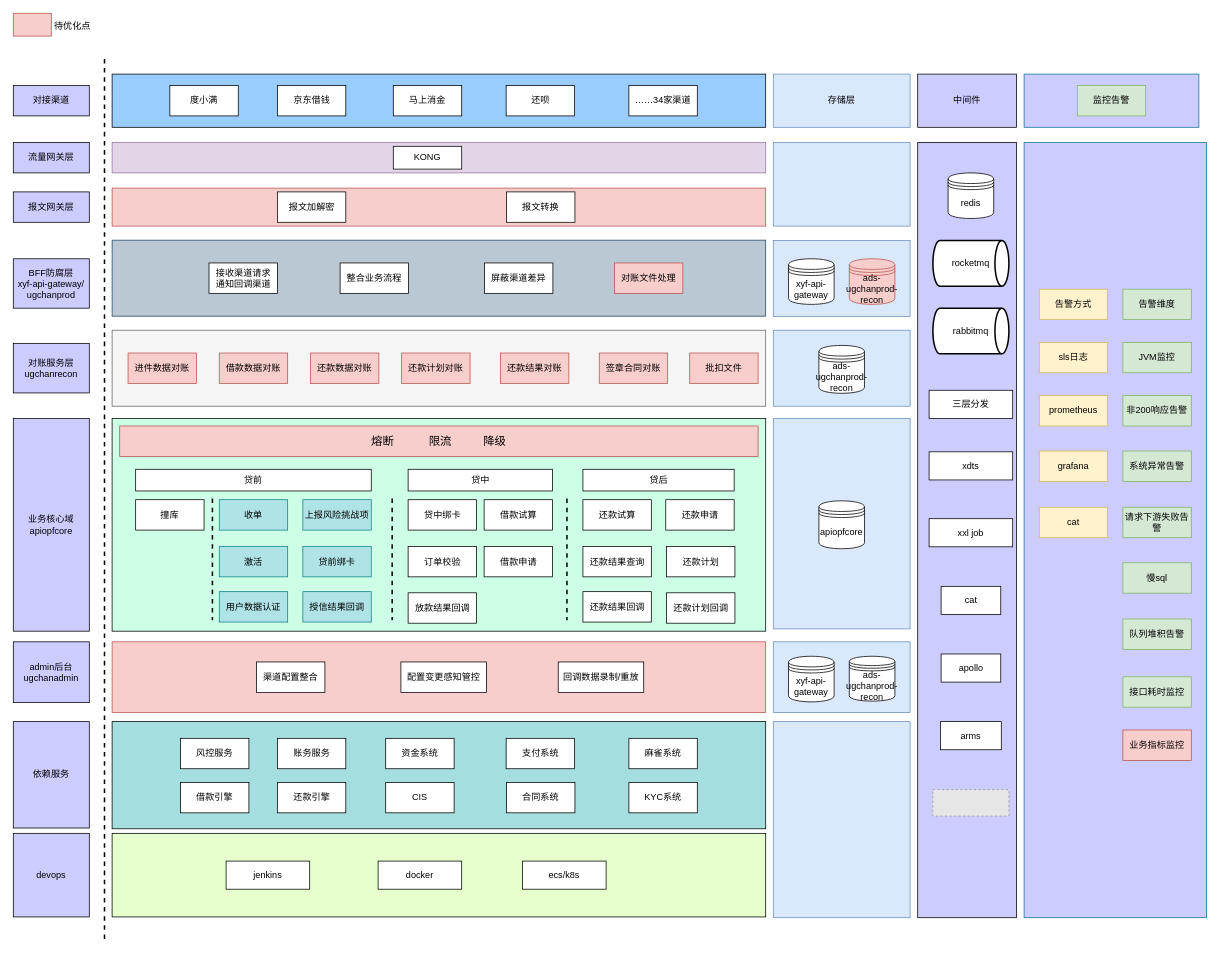
Earlier version of the draw.io diagram api渠道应用架构.drawio (yuanlj-tea/picgo). Source tidied: cells renumbered, new cells numbered last; positions are measured from the earlier drawing's top-left corner, leaving out a move shared by most shapes. Both pictures are drawn from the tidied source at 76%, with x=0, y=0 at pixel (13, 13). Pictures stored in the file or linked from it are replaced by grey dashed boxes.
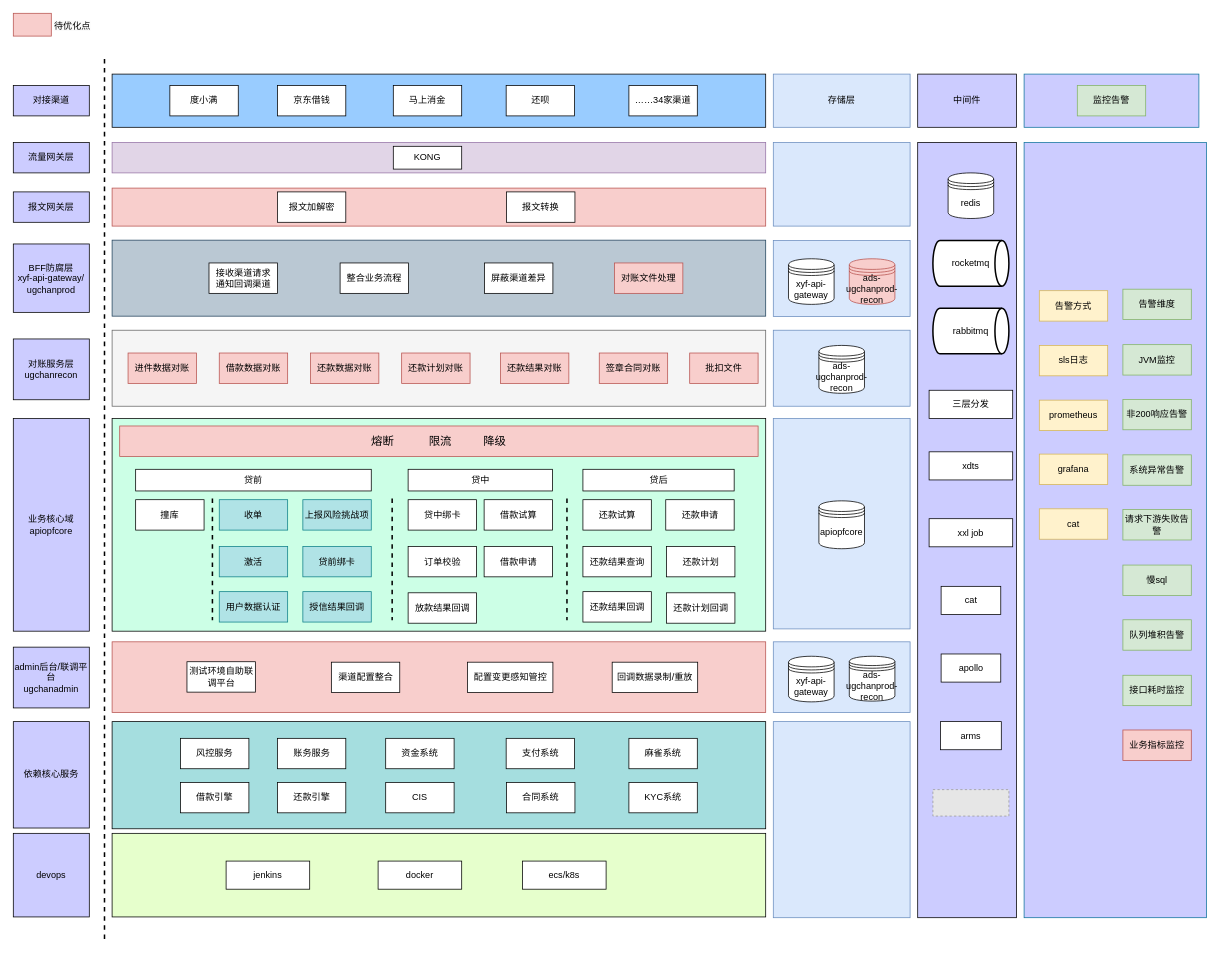
After the change.

Commit message (it also covers changes not shown here):
更新api渠道应用架构.drawio

Change to the diagram source:
```diff
@@
     <mxCell id="6" value="BFF防腐层 &lt;br&gt;xyf-api-gateway/&lt;div&gt;ugchanprod&lt;/div&gt;" style="rounded=0;whiteSpace=wrap;html=1;fillColor=#CCCCFF;" parent="1" vertex="1">
-      <mxGeometry y="323" width="100" height="65" as="geometry" />
+      <mxGeometry y="303.5" width="100" height="90" as="geometry" />
     </mxCell>
@@
     <mxCell id="17" value="sls日志" style="rounded=0;whiteSpace=wrap;html=1;fillColor=#fff2cc;strokeColor=#d6b656;" parent="1" vertex="1">
-      <mxGeometry x="1350" y="433" width="90" height="40" as="geometry" />
+      <mxGeometry x="1350" y="437" width="90" height="40" as="geometry" />
     </mxCell>
     <mxCell id="18" value="非200响应告警" style="rounded=0;whiteSpace=wrap;html=1;fillColor=#d5e8d4;strokeColor=#82b366;" parent="1" vertex="1">
-      <mxGeometry x="1460" y="503" width="90" height="40" as="geometry" />
+      <mxGeometry x="1460" y="508" width="90" height="40" as="geometry" />
     </mxCell>
     <mxCell id="19" value="请求下游失败告警" style="rounded=0;whiteSpace=wrap;html=1;fillColor=#d5e8d4;strokeColor=#82b366;" parent="1" vertex="1">
-      <mxGeometry x="1460" y="650" width="90" height="40" as="geometry" />
+      <mxGeometry x="1460" y="653" width="90" height="40" as="geometry" />
     </mxCell>
     <mxCell id="20" value="prometheus" style="rounded=0;whiteSpace=wrap;html=1;fillColor=#fff2cc;strokeColor=#d6b656;" parent="1" vertex="1">
-      <mxGeometry x="1350" y="503" width="90" height="40" as="geometry" />
+      <mxGeometry x="1350" y="509" width="90" height="40" as="geometry" />
     </mxCell>
     <mxCell id="21" value="grafana" style="rounded=0;whiteSpace=wrap;html=1;fillColor=#fff2cc;strokeColor=#d6b656;" parent="1" vertex="1">
-      <mxGeometry x="1350" y="576" width="90" height="40" as="geometry" />
+      <mxGeometry x="1350" y="580" width="90" height="40" as="geometry" />
     </mxCell>
     <mxCell id="22" value="cat" style="rounded=0;whiteSpace=wrap;html=1;fillColor=#fff2cc;strokeColor=#d6b656;" parent="1" vertex="1">
-      <mxGeometry x="1350" y="650" width="90" height="40" as="geometry" />
+      <mxGeometry x="1350" y="652" width="90" height="40" as="geometry" />
     </mxCell>
     <mxCell id="23" value="慢sql" style="rounded=0;whiteSpace=wrap;html=1;fillColor=#d5e8d4;strokeColor=#82b366;" parent="1" vertex="1">
-      <mxGeometry x="1460" y="723" width="90" height="40" as="geometry" />
+      <mxGeometry x="1460" y="726" width="90" height="40" as="geometry" />
     </mxCell>
     <mxCell id="24" value="队列堆积告警" style="rounded=0;whiteSpace=wrap;html=1;fillColor=#d5e8d4;strokeColor=#82b366;" parent="1" vertex="1">
-      <mxGeometry x="1460" y="797" width="90" height="40" as="geometry" />
+      <mxGeometry x="1460" y="798" width="90" height="40" as="geometry" />
     </mxCell>
@@
-    <mxCell id="27" value="依赖服务" style="rounded=0;whiteSpace=wrap;html=1;fillColor=#CCCCFF;" parent="1" vertex="1">
+    <mxCell id="27" value="依赖核心服务" style="rounded=0;whiteSpace=wrap;html=1;fillColor=#CCCCFF;" parent="1" vertex="1">
       <mxGeometry y="932" width="100" height="140" as="geometry" />
     </mxCell>
@@
     <mxCell id="34" value="接口耗时监控" style="rounded=0;whiteSpace=wrap;html=1;fillColor=#d5e8d4;strokeColor=#82b366;" parent="1" vertex="1">
-      <mxGeometry x="1460" y="873" width="90" height="40" as="geometry" />
+      <mxGeometry x="1460" y="871" width="90" height="40" as="geometry" />
     </mxCell>
     <mxCell id="35" value="系统异常告警" style="rounded=0;whiteSpace=wrap;html=1;fillColor=#d5e8d4;strokeColor=#82b366;" parent="1" vertex="1">
-      <mxGeometry x="1460" y="576" width="90" height="40" as="geometry" />
+      <mxGeometry x="1460" y="581" width="90" height="40" as="geometry" />
     </mxCell>
@@
     <mxCell id="45" value="JVM监控" style="rounded=0;whiteSpace=wrap;html=1;fillColor=#d5e8d4;strokeColor=#82b366;" parent="1" vertex="1">
-      <mxGeometry x="1460" y="433" width="90" height="40" as="geometry" />
+      <mxGeometry x="1460" y="436" width="90" height="40" as="geometry" />
     </mxCell>
@@
     <mxCell id="47" value="告警方式" style="rounded=0;whiteSpace=wrap;html=1;fillColor=#fff2cc;strokeColor=#d6b656;" parent="1" vertex="1">
-      <mxGeometry x="1350" y="363" width="90" height="40" as="geometry" />
+      <mxGeometry x="1350" y="365" width="90" height="40" as="geometry" />
     </mxCell>
@@
     <mxCell id="89" value="&lt;div&gt;对账服务层&lt;/div&gt;&lt;div&gt;ugchanrecon&lt;/div&gt;" style="rounded=0;whiteSpace=wrap;html=1;fillColor=#CCCCFF;" parent="1" vertex="1">
-      <mxGeometry y="434.5" width="100" height="65" as="geometry" />
+      <mxGeometry y="428.5" width="100" height="80" as="geometry" />
     </mxCell>
@@
-    <mxCell id="102" value="admin后台&lt;div&gt;ugchanadmin&lt;/div&gt;" style="rounded=0;whiteSpace=wrap;html=1;fillColor=#CCCCFF;" parent="1" vertex="1">
-      <mxGeometry y="827" width="100" height="80" as="geometry" />
+    <mxCell id="102" value="admin后台/联调平台&lt;div&gt;ugchanadmin&lt;/div&gt;" style="rounded=0;whiteSpace=wrap;html=1;fillColor=#CCCCFF;" parent="1" vertex="1">
+      <mxGeometry y="834" width="100" height="80" as="geometry" />
     </mxCell>
@@
     <mxCell id="104" value="渠道配置整合" style="rounded=0;whiteSpace=wrap;html=1;" parent="1" vertex="1">
-      <mxGeometry x="320" y="853.5" width="90" height="40" as="geometry" />
+      <mxGeometry x="418.5" y="853.8" width="90" height="40" as="geometry" />
     </mxCell>
     <mxCell id="105" value="配置变更感知管控" style="rounded=0;whiteSpace=wrap;html=1;" parent="1" vertex="1">
-      <mxGeometry x="510" y="853.5" width="112.5" height="40" as="geometry" />
+      <mxGeometry x="597.5" y="853.8" width="112.5" height="40" as="geometry" />
     </mxCell>
@@
     <mxCell id="118" value="回调数据录制/重放" style="rounded=0;whiteSpace=wrap;html=1;" parent="1" vertex="1">
-      <mxGeometry x="717" y="853.5" width="112.5" height="40" as="geometry" />
+      <mxGeometry x="788" y="853.8" width="112.5" height="40" as="geometry" />
     </mxCell>
@@
+    <mxCell id="125" value="测试环境自助联调平台" style="rounded=0;whiteSpace=wrap;html=1;" parent="1" vertex="1">
+      <mxGeometry x="228.5" y="853.2" width="90" height="40" as="geometry" />
+    </mxCell>
```
